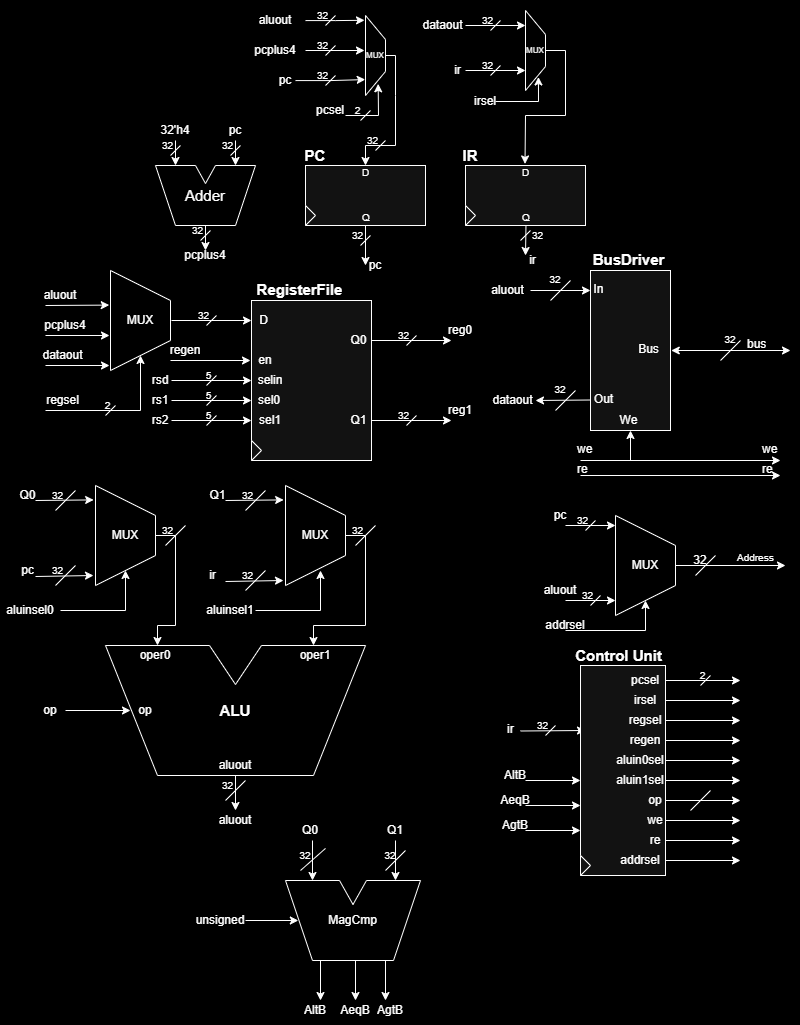
The draw.io diagram schematic.png in AryllPetersen/rv32I, before a commit. Source tidied: cells renumbered, new cells last; positions are measured from the earlier drawing's top-left corner, leaving out a move shared by most shapes.
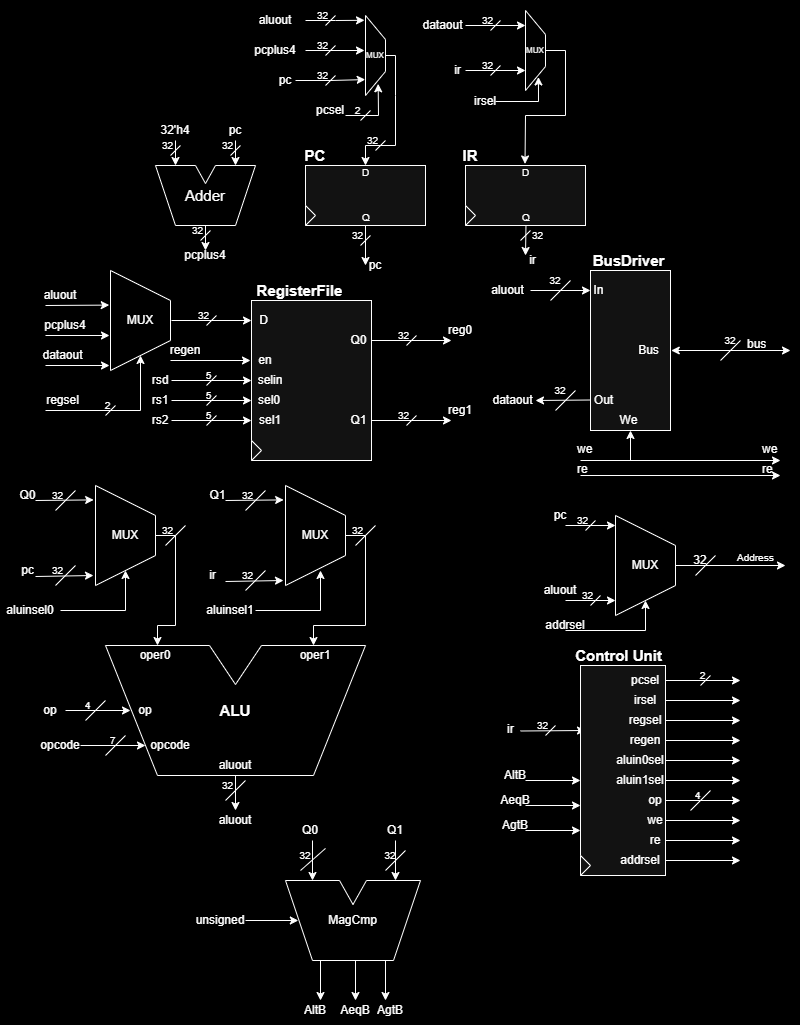
Above is the later version.

Diff of the diagram source:
```diff
@@ -1042,5 +1042,38 @@
     <mxCell id="243" value="AgtB" style="text;html=1;align=center;verticalAlign=middle;whiteSpace=wrap;rounded=0;" parent="1" vertex="1">
       <mxGeometry x="485" y="810" width="60" height="30" as="geometry" />
     </mxCell>
+    <mxCell id="244" style="endArrow=classic;html=1;rounded=0;labelBackgroundColor=none;fontColor=default;" parent="1" edge="1">
+      <mxGeometry relative="1" as="geometry">
+        <mxPoint x="80" y="745" as="sourcePoint" />
+        <mxPoint x="145" y="745" as="targetPoint" />
+      </mxGeometry>
+    </mxCell>
+    <mxCell id="245" value="opcode" style="text;html=1;align=center;verticalAlign=middle;whiteSpace=wrap;rounded=0;labelBackgroundColor=none;" parent="1" vertex="1">
+      <mxGeometry x="30" y="730" width="60" height="30" as="geometry" />
+    </mxCell>
+    <mxCell id="246" value="opcode" style="text;html=1;align=center;verticalAlign=middle;whiteSpace=wrap;rounded=0;labelBackgroundColor=none;" parent="1" vertex="1">
+      <mxGeometry x="140" y="730" width="60" height="30" as="geometry" />
+    </mxCell>
+    <mxCell id="247" style="endArrow=none;html=1;rounded=0;labelBackgroundColor=none;fontColor=default;" parent="1" edge="1">
+      <mxGeometry relative="1" as="geometry">
+        <mxPoint x="105" y="755" as="sourcePoint" />
+        <mxPoint x="125" y="735" as="targetPoint" />
+      </mxGeometry>
+    </mxCell>
+    <mxCell id="248" value="&lt;span style=&quot;font-size: 10px;&quot;&gt;7&lt;/span&gt;" style="text;html=1;align=center;verticalAlign=middle;whiteSpace=wrap;rounded=0;labelBackgroundColor=none;" parent="1" vertex="1">
+      <mxGeometry x="105" y="725" width="15" height="30" as="geometry" />
+    </mxCell>
+    <mxCell id="249" style="endArrow=none;html=1;rounded=0;labelBackgroundColor=none;fontColor=default;" parent="1" edge="1">
+      <mxGeometry relative="1" as="geometry">
+        <mxPoint x="85" y="720" as="sourcePoint" />
+        <mxPoint x="105" y="700" as="targetPoint" />
+      </mxGeometry>
+    </mxCell>
+    <mxCell id="250" value="&lt;span style=&quot;font-size: 10px;&quot;&gt;4&lt;/span&gt;" style="text;html=1;align=center;verticalAlign=middle;whiteSpace=wrap;rounded=0;labelBackgroundColor=none;" parent="1" vertex="1">
+      <mxGeometry x="80" y="690" width="15" height="30" as="geometry" />
+    </mxCell>
+    <mxCell id="251" value="&lt;span style=&quot;font-size: 10px;&quot;&gt;4&lt;/span&gt;" style="text;html=1;align=center;verticalAlign=middle;whiteSpace=wrap;rounded=0;labelBackgroundColor=none;" parent="1" vertex="1">
+      <mxGeometry x="690" y="780" width="15" height="30" as="geometry" />
+    </mxCell>
   </root>
 </mxGraphModel>
```
